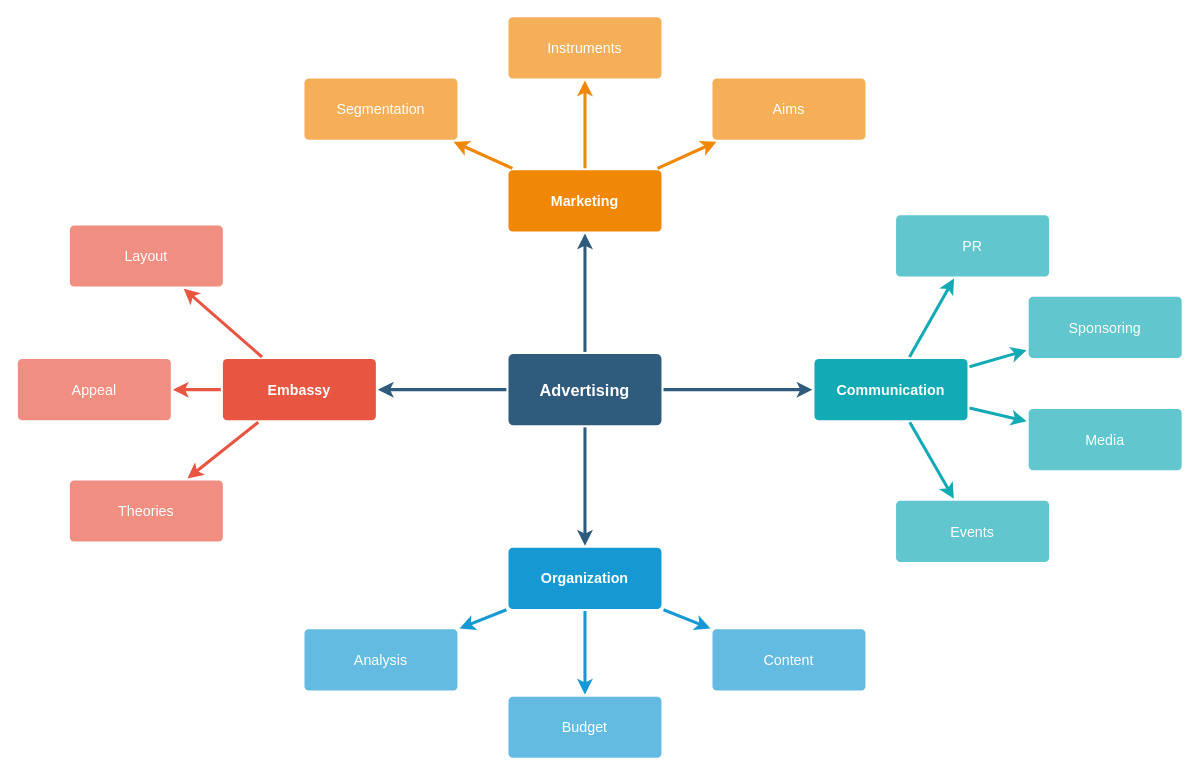
The draw.io diagram sse/技术中台现状.drawio in yimzncy/draw, before the edit. Source tidied: cells renumbered, new cells numbered last; positions are measured from the earlier drawing's top-left corner, leaving out a move shared by most shapes. Both pictures are drawn from the tidied source at 102%, with x=0, y=0 at pixel (17, 16).
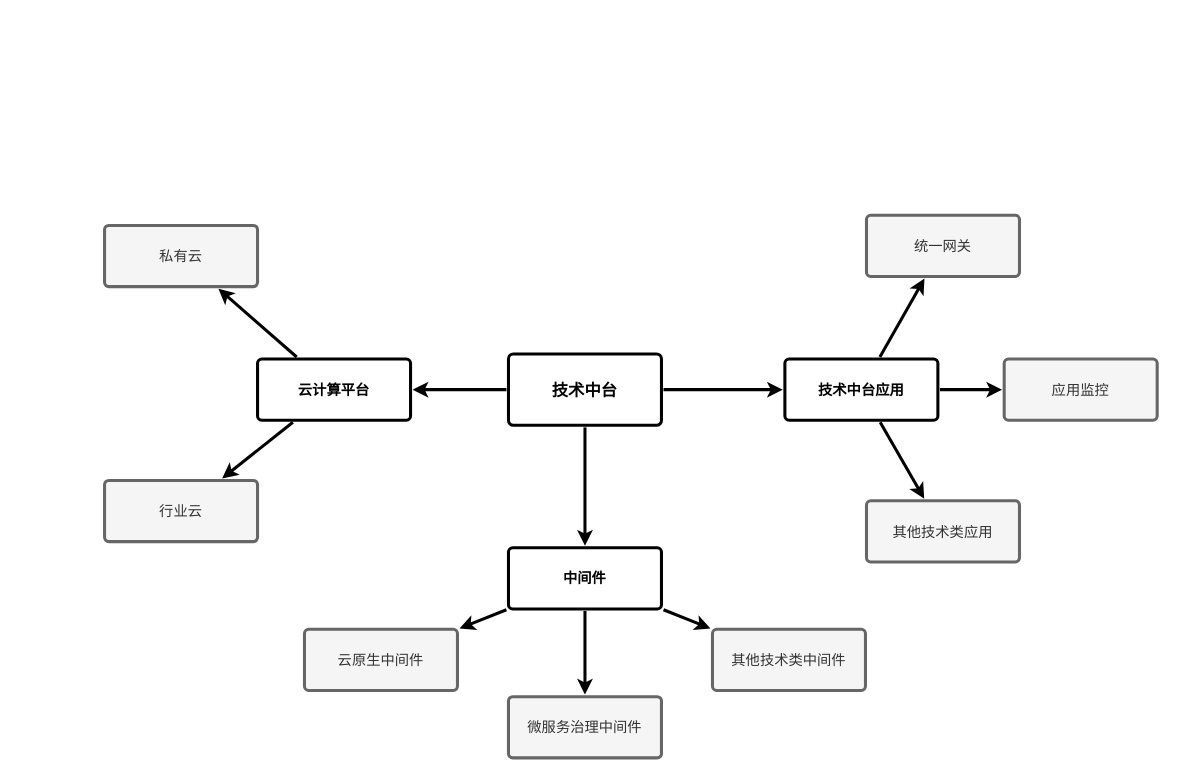
After the change.

Commit message:
Update 技术中台现状.drawio

What changed in the source:
```diff
@@
-    <mxCell id="2" style="edgeStyle=none;rounded=0;jumpStyle=none;html=1;shadow=0;labelBackgroundColor=none;startArrow=none;startFill=0;endArrow=classic;endFill=1;jettySize=auto;strokeColor=#2F5B7C;strokeWidth=3;fontFamily=Helvetica;fontSize=16;fontColor=#23445D;spacing=5;" parent="1" edge="1" source="6" target="21">
-      <mxGeometry relative="1" as="geometry" />
-    </mxCell>
-    <mxCell id="3" style="edgeStyle=none;rounded=0;jumpStyle=none;html=1;shadow=0;labelBackgroundColor=none;startArrow=none;startFill=0;endArrow=classic;endFill=1;jettySize=auto;strokeColor=#2F5B7C;strokeWidth=3;fontFamily=Helvetica;fontSize=16;fontColor=#23445D;spacing=5;" parent="1" edge="1" source="6" target="28">
+    <mxCell id="3" style="edgeStyle=none;rounded=0;jumpStyle=none;html=1;shadow=0;labelBackgroundColor=none;startArrow=none;startFill=0;endArrow=classic;endFill=1;jettySize=auto;strokeWidth=3;fontFamily=Helvetica;fontSize=16;fontColor=#23445D;spacing=5;" parent="1" edge="1" source="6" target="28">
       <mxGeometry relative="1" as="geometry" />
     </mxCell>
-    <mxCell id="4" style="edgeStyle=none;rounded=0;jumpStyle=none;html=1;shadow=0;labelBackgroundColor=none;startArrow=none;startFill=0;endArrow=classic;endFill=1;jettySize=auto;strokeColor=#2F5B7C;strokeWidth=3;fontFamily=Helvetica;fontSize=16;fontColor=#23445D;spacing=5;" parent="1" edge="1" source="6" target="17">
+    <mxCell id="4" style="edgeStyle=none;rounded=0;jumpStyle=none;html=1;shadow=0;labelBackgroundColor=none;startArrow=none;startFill=0;endArrow=classic;endFill=1;jettySize=auto;strokeWidth=3;fontFamily=Helvetica;fontSize=16;fontColor=#23445D;spacing=5;" parent="1" edge="1" source="6" target="17">
       <mxGeometry relative="1" as="geometry" />
     </mxCell>
-    <mxCell id="5" style="edgeStyle=none;rounded=0;jumpStyle=none;html=1;shadow=0;labelBackgroundColor=none;startArrow=none;startFill=0;endArrow=classic;endFill=1;jettySize=auto;strokeColor=#2F5B7C;strokeWidth=3;fontFamily=Helvetica;fontSize=16;fontColor=#23445D;spacing=5;" parent="1" edge="1" source="6" target="10">
+    <mxCell id="5" style="edgeStyle=none;rounded=0;jumpStyle=none;html=1;shadow=0;labelBackgroundColor=none;startArrow=none;startFill=0;endArrow=classic;endFill=1;jettySize=auto;strokeWidth=3;fontFamily=Helvetica;fontSize=16;fontColor=#23445D;spacing=5;" parent="1" edge="1" source="6" target="10">
       <mxGeometry relative="1" as="geometry" />
     </mxCell>
-    <mxCell id="6" value="Advertising" style="rounded=1;whiteSpace=wrap;html=1;shadow=0;labelBackgroundColor=none;strokeColor=none;strokeWidth=3;fillColor=#2F5B7C;fontFamily=Helvetica;fontSize=16;fontColor=#FFFFFF;align=center;fontStyle=1;spacing=5;arcSize=7;perimeterSpacing=2;" parent="1" vertex="1">
+    <mxCell id="6" value="技术中台" style="rounded=1;whiteSpace=wrap;html=1;shadow=0;labelBackgroundColor=none;strokeWidth=3;fontFamily=Helvetica;fontSize=16;align=center;fontStyle=1;spacing=5;arcSize=7;perimeterSpacing=2;" parent="1" vertex="1">
       <mxGeometry x="481" y="330.5" width="150" height="70" as="geometry" />
     </mxCell>
-    <mxCell id="7" style="edgeStyle=none;rounded=1;jumpStyle=none;html=1;shadow=0;labelBackgroundColor=none;startArrow=none;startFill=0;jettySize=auto;strokeColor=#E85642;strokeWidth=3;fontFamily=Helvetica;fontSize=14;fontColor=#FFFFFF;spacing=5;fontStyle=1;fillColor=#b0e3e6;" parent="1" edge="1" source="10" target="13">
+    <mxCell id="7" style="edgeStyle=none;rounded=1;jumpStyle=none;html=1;shadow=0;labelBackgroundColor=none;startArrow=none;startFill=0;jettySize=auto;strokeWidth=3;fontFamily=Helvetica;fontSize=14;fontColor=#FFFFFF;spacing=5;fontStyle=1;" parent="1" edge="1" source="10" target="13">
       <mxGeometry relative="1" as="geometry" />
     </mxCell>
-    <mxCell id="8" style="edgeStyle=none;rounded=1;jumpStyle=none;html=1;shadow=0;labelBackgroundColor=none;startArrow=none;startFill=0;jettySize=auto;strokeColor=#E85642;strokeWidth=3;fontFamily=Helvetica;fontSize=14;fontColor=#FFFFFF;spacing=5;fontStyle=1;fillColor=#b0e3e6;" parent="1" edge="1" source="10" target="12">
-      <mxGeometry relative="1" as="geometry" />
-    </mxCell>
-    <mxCell id="9" style="edgeStyle=none;rounded=1;jumpStyle=none;html=1;shadow=0;labelBackgroundColor=none;startArrow=none;startFill=0;jettySize=auto;strokeColor=#E85642;strokeWidth=3;fontFamily=Helvetica;fontSize=14;fontColor=#FFFFFF;spacing=5;fontStyle=1;fillColor=#b0e3e6;" parent="1" edge="1" source="10" target="11">
+    <mxCell id="9" style="edgeStyle=none;rounded=1;jumpStyle=none;html=1;shadow=0;labelBackgroundColor=none;startArrow=none;startFill=0;jettySize=auto;strokeWidth=3;fontFamily=Helvetica;fontSize=14;fontColor=#FFFFFF;spacing=5;fontStyle=1;" parent="1" edge="1" source="10" target="11">
       <mxGeometry relative="1" as="geometry" />
     </mxCell>
-    <mxCell id="10" value="Embassy" style="rounded=1;whiteSpace=wrap;html=1;shadow=0;labelBackgroundColor=none;strokeColor=none;strokeWidth=3;fillColor=#e85642;fontFamily=Helvetica;fontSize=14;fontColor=#FFFFFF;align=center;spacing=5;fontStyle=1;arcSize=7;perimeterSpacing=2;" parent="1" vertex="1">
-      <mxGeometry x="201" y="335.5" width="150" height="60" as="geometry" />
+    <mxCell id="10" value="云计算平台" style="rounded=1;whiteSpace=wrap;html=1;shadow=0;labelBackgroundColor=none;strokeWidth=3;fontFamily=Helvetica;fontSize=14;align=center;spacing=5;fontStyle=1;arcSize=7;perimeterSpacing=2;" parent="1" vertex="1">
+      <mxGeometry x="235" y="335.5" width="150" height="60" as="geometry" />
     </mxCell>
-    <mxCell id="11" value="Theories" style="rounded=1;whiteSpace=wrap;html=1;shadow=0;labelBackgroundColor=none;strokeColor=none;strokeWidth=3;fillColor=#f08e81;fontFamily=Helvetica;fontSize=14;fontColor=#FFFFFF;align=center;spacing=5;fontStyle=0;arcSize=7;perimeterSpacing=2;" parent="1" vertex="1">
-      <mxGeometry x="51" y="454.5" width="150" height="60" as="geometry" />
+    <mxCell id="11" value="行业云" style="rounded=1;whiteSpace=wrap;html=1;shadow=0;labelBackgroundColor=none;strokeWidth=3;fontFamily=Helvetica;fontSize=14;align=center;spacing=5;fontStyle=0;arcSize=7;perimeterSpacing=2;fillColor=#f5f5f5;strokeColor=#666666;fontColor=#333333;" parent="1" vertex="1">
+      <mxGeometry x="85" y="454.5" width="150" height="60" as="geometry" />
     </mxCell>
-    <mxCell id="12" value="Appeal" style="rounded=1;whiteSpace=wrap;html=1;shadow=0;labelBackgroundColor=none;strokeColor=none;strokeWidth=3;fillColor=#f08e81;fontFamily=Helvetica;fontSize=14;fontColor=#FFFFFF;align=center;spacing=5;fontStyle=0;arcSize=7;perimeterSpacing=2;" parent="1" vertex="1">
-      <mxGeometry y="335.5" width="150" height="60" as="geometry" />
-    </mxCell>
-    <mxCell id="13" value="Layout" style="rounded=1;whiteSpace=wrap;html=1;shadow=0;labelBackgroundColor=none;strokeColor=none;strokeWidth=3;fillColor=#f08e81;fontFamily=Helvetica;fontSize=14;fontColor=#FFFFFF;align=center;spacing=5;fontStyle=0;arcSize=7;perimeterSpacing=2;" parent="1" vertex="1">
-      <mxGeometry x="51" y="204.5" width="150" height="60" as="geometry" />
+    <mxCell id="13" value="私有云" style="rounded=1;whiteSpace=wrap;html=1;shadow=0;labelBackgroundColor=none;strokeWidth=3;fontFamily=Helvetica;fontSize=14;align=center;spacing=5;fontStyle=0;arcSize=7;perimeterSpacing=2;fillColor=#f5f5f5;strokeColor=#666666;fontColor=#333333;" parent="1" vertex="1">
+      <mxGeometry x="85" y="204.5" width="150" height="60" as="geometry" />
     </mxCell>
-    <mxCell id="14" style="edgeStyle=none;rounded=0;jumpStyle=none;html=1;shadow=0;labelBackgroundColor=none;startArrow=none;startFill=0;endArrow=classic;endFill=1;jettySize=auto;strokeColor=#1699D3;strokeWidth=3;fontFamily=Helvetica;fontSize=14;fontColor=#FFFFFF;spacing=5;" parent="1" edge="1" source="17" target="20">
+    <mxCell id="14" style="edgeStyle=none;rounded=0;jumpStyle=none;html=1;shadow=0;labelBackgroundColor=none;startArrow=none;startFill=0;endArrow=classic;endFill=1;jettySize=auto;strokeWidth=3;fontFamily=Helvetica;fontSize=14;fontColor=#FFFFFF;spacing=5;" parent="1" edge="1" source="17" target="20">
       <mxGeometry relative="1" as="geometry" />
     </mxCell>
-    <mxCell id="15" style="edgeStyle=none;rounded=0;jumpStyle=none;html=1;shadow=0;labelBackgroundColor=none;startArrow=none;startFill=0;endArrow=classic;endFill=1;jettySize=auto;strokeColor=#1699D3;strokeWidth=3;fontFamily=Helvetica;fontSize=14;fontColor=#FFFFFF;spacing=5;" parent="1" edge="1" source="17" target="19">
+    <mxCell id="15" style="edgeStyle=none;rounded=0;jumpStyle=none;html=1;shadow=0;labelBackgroundColor=none;startArrow=none;startFill=0;endArrow=classic;endFill=1;jettySize=auto;strokeWidth=3;fontFamily=Helvetica;fontSize=14;fontColor=#FFFFFF;spacing=5;" parent="1" edge="1" source="17" target="19">
       <mxGeometry relative="1" as="geometry" />
     </mxCell>
-    <mxCell id="16" style="edgeStyle=none;rounded=0;jumpStyle=none;html=1;shadow=0;labelBackgroundColor=none;startArrow=none;startFill=0;endArrow=classic;endFill=1;jettySize=auto;strokeColor=#1699D3;strokeWidth=3;fontFamily=Helvetica;fontSize=14;fontColor=#FFFFFF;spacing=5;" parent="1" edge="1" source="17" target="18">
+    <mxCell id="16" style="edgeStyle=none;rounded=0;jumpStyle=none;html=1;shadow=0;labelBackgroundColor=none;startArrow=none;startFill=0;endArrow=classic;endFill=1;jettySize=auto;strokeWidth=3;fontFamily=Helvetica;fontSize=14;fontColor=#FFFFFF;spacing=5;" parent="1" edge="1" source="17" target="18">
       <mxGeometry relative="1" as="geometry" />
     </mxCell>
-    <mxCell id="17" value="Organization" style="rounded=1;whiteSpace=wrap;html=1;shadow=0;labelBackgroundColor=none;strokeColor=none;strokeWidth=3;fillColor=#1699d3;fontFamily=Helvetica;fontSize=14;fontColor=#FFFFFF;align=center;spacing=5;fontStyle=1;arcSize=7;perimeterSpacing=2;" parent="1" vertex="1">
+    <mxCell id="17" value="中间件" style="rounded=1;whiteSpace=wrap;html=1;shadow=0;labelBackgroundColor=none;strokeWidth=3;fontFamily=Helvetica;fontSize=14;align=center;spacing=5;fontStyle=1;arcSize=7;perimeterSpacing=2;" parent="1" vertex="1">
       <mxGeometry x="481" y="520.5" width="150" height="60" as="geometry" />
     </mxCell>
-    <mxCell id="18" value="Content" style="rounded=1;whiteSpace=wrap;html=1;shadow=0;labelBackgroundColor=none;strokeColor=none;strokeWidth=3;fillColor=#64bbe2;fontFamily=Helvetica;fontSize=14;fontColor=#FFFFFF;align=center;spacing=5;arcSize=7;perimeterSpacing=2;" parent="1" vertex="1">
+    <mxCell id="18" value="其他技术类中间件" style="rounded=1;whiteSpace=wrap;html=1;shadow=0;labelBackgroundColor=none;strokeWidth=3;fontFamily=Helvetica;fontSize=14;align=center;spacing=5;arcSize=7;perimeterSpacing=2;fillColor=#f5f5f5;strokeColor=#666666;fontColor=#333333;" parent="1" vertex="1">
       <mxGeometry x="681" y="600.5" width="150" height="60" as="geometry" />
     </mxCell>
-    <mxCell id="19" value="Budget" style="rounded=1;whiteSpace=wrap;html=1;shadow=0;labelBackgroundColor=none;strokeColor=none;strokeWidth=3;fillColor=#64bbe2;fontFamily=Helvetica;fontSize=14;fontColor=#FFFFFF;align=center;spacing=5;arcSize=7;perimeterSpacing=2;" parent="1" vertex="1">
+    <mxCell id="19" value="微服务治理中间件" style="rounded=1;whiteSpace=wrap;html=1;shadow=0;labelBackgroundColor=none;strokeWidth=3;fontFamily=Helvetica;fontSize=14;align=center;spacing=5;arcSize=7;perimeterSpacing=2;fillColor=#f5f5f5;strokeColor=#666666;fontColor=#333333;" parent="1" vertex="1">
       <mxGeometry x="481" y="666.5" width="150" height="60" as="geometry" />
     </mxCell>
-    <mxCell id="20" value="Analysis" style="rounded=1;whiteSpace=wrap;html=1;shadow=0;labelBackgroundColor=none;strokeColor=none;strokeWidth=3;fillColor=#64bbe2;fontFamily=Helvetica;fontSize=14;fontColor=#FFFFFF;align=center;spacing=5;arcSize=7;perimeterSpacing=2;" parent="1" vertex="1">
+    <mxCell id="20" value="云原生中间件" style="rounded=1;whiteSpace=wrap;html=1;shadow=0;labelBackgroundColor=none;strokeWidth=3;fontFamily=Helvetica;fontSize=14;align=center;spacing=5;arcSize=7;perimeterSpacing=2;fillColor=#f5f5f5;strokeColor=#666666;fontColor=#333333;" parent="1" vertex="1">
       <mxGeometry x="281" y="600.5" width="150" height="60" as="geometry" />
     </mxCell>
-    <mxCell id="21" value="Marketing" style="rounded=1;whiteSpace=wrap;html=1;shadow=0;labelBackgroundColor=none;strokeColor=none;strokeWidth=3;fillColor=#F08705;fontFamily=Helvetica;fontSize=14;fontColor=#FFFFFF;align=center;spacing=5;fontStyle=1;arcSize=7;perimeterSpacing=2;" parent="1" vertex="1">
-      <mxGeometry x="481" y="150.5" width="150" height="60" as="geometry" />
-    </mxCell>
-    <mxCell id="22" value="Aims&lt;br&gt;" style="rounded=1;whiteSpace=wrap;html=1;shadow=0;labelBackgroundColor=none;strokeColor=none;strokeWidth=3;fillColor=#f5af58;fontFamily=Helvetica;fontSize=14;fontColor=#FFFFFF;align=center;spacing=5;arcSize=7;perimeterSpacing=2;" parent="1" vertex="1">
-      <mxGeometry x="681" y="60.5" width="150" height="60" as="geometry" />
-    </mxCell>
-    <mxCell id="23" style="edgeStyle=none;rounded=0;jumpStyle=none;html=1;shadow=0;labelBackgroundColor=none;startArrow=none;startFill=0;endArrow=classic;endFill=1;jettySize=auto;strokeColor=#F08705;strokeWidth=3;fontFamily=Helvetica;fontSize=14;fontColor=#FFFFFF;spacing=5;" parent="1" edge="1" source="21" target="22">
-      <mxGeometry relative="1" as="geometry" />
-    </mxCell>
-    <mxCell id="24" value="Instruments" style="rounded=1;whiteSpace=wrap;html=1;shadow=0;labelBackgroundColor=none;strokeColor=none;strokeWidth=3;fillColor=#f5af58;fontFamily=Helvetica;fontSize=14;fontColor=#FFFFFF;align=center;spacing=5;arcSize=7;perimeterSpacing=2;" parent="1" vertex="1">
-      <mxGeometry x="481" y="0.5" width="150" height="60" as="geometry" />
-    </mxCell>
-    <mxCell id="25" style="edgeStyle=none;rounded=0;jumpStyle=none;html=1;shadow=0;labelBackgroundColor=none;startArrow=none;startFill=0;endArrow=classic;endFill=1;jettySize=auto;strokeColor=#F08705;strokeWidth=3;fontFamily=Helvetica;fontSize=14;fontColor=#FFFFFF;spacing=5;" parent="1" edge="1" source="21" target="24">
-      <mxGeometry relative="1" as="geometry" />
-    </mxCell>
-    <mxCell id="26" value="Segmentation" style="rounded=1;whiteSpace=wrap;html=1;shadow=0;labelBackgroundColor=none;strokeColor=none;strokeWidth=3;fillColor=#f5af58;fontFamily=Helvetica;fontSize=14;fontColor=#FFFFFF;align=center;spacing=5;arcSize=7;perimeterSpacing=2;" parent="1" vertex="1">
-      <mxGeometry x="281" y="60.5" width="150" height="60" as="geometry" />
-    </mxCell>
-    <mxCell id="27" style="edgeStyle=none;rounded=0;jumpStyle=none;html=1;shadow=0;labelBackgroundColor=none;startArrow=none;startFill=0;endArrow=classic;endFill=1;jettySize=auto;strokeColor=#F08705;strokeWidth=3;fontFamily=Helvetica;fontSize=14;fontColor=#FFFFFF;spacing=5;" parent="1" edge="1" source="21" target="26">
-      <mxGeometry relative="1" as="geometry" />
-    </mxCell>
-    <mxCell id="28" value="Communication" style="rounded=1;whiteSpace=wrap;html=1;shadow=0;labelBackgroundColor=none;strokeColor=none;strokeWidth=3;fillColor=#12aab5;fontFamily=Helvetica;fontSize=14;fontColor=#FFFFFF;align=center;spacing=5;fontStyle=1;arcSize=7;perimeterSpacing=2;" parent="1" vertex="1">
-      <mxGeometry x="781" y="335.5" width="150" height="60" as="geometry" />
+    <mxCell id="28" value="技术中台应用" style="rounded=1;whiteSpace=wrap;html=1;shadow=0;labelBackgroundColor=none;strokeWidth=3;fontFamily=Helvetica;fontSize=14;align=center;spacing=5;fontStyle=1;arcSize=7;perimeterSpacing=2;" parent="1" vertex="1">
+      <mxGeometry x="752" y="335.5" width="150" height="60" as="geometry" />
     </mxCell>
-    <mxCell id="29" value="Events" style="rounded=1;whiteSpace=wrap;html=1;shadow=0;labelBackgroundColor=none;strokeColor=none;strokeWidth=3;fillColor=#61c6ce;fontFamily=Helvetica;fontSize=14;fontColor=#FFFFFF;align=center;spacing=5;fontStyle=0;arcSize=7;perimeterSpacing=2;" parent="1" vertex="1">
-      <mxGeometry x="861" y="474.5" width="150" height="60" as="geometry" />
+    <mxCell id="29" value="其他技术类应用" style="rounded=1;whiteSpace=wrap;html=1;shadow=0;labelBackgroundColor=none;strokeWidth=3;fontFamily=Helvetica;fontSize=14;align=center;spacing=5;fontStyle=0;arcSize=7;perimeterSpacing=2;fillColor=#f5f5f5;strokeColor=#666666;fontColor=#333333;" parent="1" vertex="1">
+      <mxGeometry x="832" y="474.5" width="150" height="60" as="geometry" />
     </mxCell>
-    <mxCell id="30" style="edgeStyle=none;rounded=1;jumpStyle=none;html=1;shadow=0;labelBackgroundColor=none;startArrow=none;startFill=0;jettySize=auto;strokeColor=#12AAB5;strokeWidth=3;fontFamily=Helvetica;fontSize=14;fontColor=#FFFFFF;spacing=5;fontStyle=1;fillColor=#b0e3e6;" parent="1" edge="1" source="28" target="29">
+    <mxCell id="30" style="edgeStyle=none;rounded=1;jumpStyle=none;html=1;shadow=0;labelBackgroundColor=none;startArrow=none;startFill=0;jettySize=auto;strokeWidth=3;fontFamily=Helvetica;fontSize=14;fontColor=#FFFFFF;spacing=5;fontStyle=1;" parent="1" edge="1" source="28" target="29">
       <mxGeometry relative="1" as="geometry" />
     </mxCell>
-    <mxCell id="31" value="Media" style="rounded=1;whiteSpace=wrap;html=1;shadow=0;labelBackgroundColor=none;strokeColor=none;strokeWidth=3;fillColor=#61c6ce;fontFamily=Helvetica;fontSize=14;fontColor=#FFFFFF;align=center;spacing=5;fontStyle=0;arcSize=7;perimeterSpacing=2;" parent="1" vertex="1">
-      <mxGeometry x="991" y="384.5" width="150" height="60" as="geometry" />
-    </mxCell>
-    <mxCell id="32" style="edgeStyle=none;rounded=1;jumpStyle=none;html=1;shadow=0;labelBackgroundColor=none;startArrow=none;startFill=0;jettySize=auto;strokeColor=#12AAB5;strokeWidth=3;fontFamily=Helvetica;fontSize=14;fontColor=#FFFFFF;spacing=5;fontStyle=1;fillColor=#b0e3e6;" parent="1" edge="1" source="28" target="31">
-      <mxGeometry relative="1" as="geometry" />
-    </mxCell>
-    <mxCell id="33" value="Sponsoring" style="rounded=1;whiteSpace=wrap;html=1;shadow=0;labelBackgroundColor=none;strokeColor=none;strokeWidth=3;fillColor=#61c6ce;fontFamily=Helvetica;fontSize=14;fontColor=#FFFFFF;align=center;spacing=5;fontStyle=0;arcSize=7;perimeterSpacing=2;" parent="1" vertex="1">
-      <mxGeometry x="991" y="274.5" width="150" height="60" as="geometry" />
+    <mxCell id="33" value="应用监控" style="rounded=1;whiteSpace=wrap;html=1;shadow=0;labelBackgroundColor=none;strokeWidth=3;fontFamily=Helvetica;fontSize=14;align=center;spacing=5;fontStyle=0;arcSize=7;perimeterSpacing=2;fillColor=#f5f5f5;strokeColor=#666666;fontColor=#333333;" parent="1" vertex="1">
+      <mxGeometry x="967" y="335.5" width="150" height="60" as="geometry" />
     </mxCell>
-    <mxCell id="34" style="edgeStyle=none;rounded=1;jumpStyle=none;html=1;shadow=0;labelBackgroundColor=none;startArrow=none;startFill=0;jettySize=auto;strokeColor=#12AAB5;strokeWidth=3;fontFamily=Helvetica;fontSize=14;fontColor=#FFFFFF;spacing=5;fontStyle=1;fillColor=#b0e3e6;" parent="1" edge="1" source="28" target="33">
+    <mxCell id="34" style="edgeStyle=none;rounded=1;jumpStyle=none;html=1;shadow=0;labelBackgroundColor=none;startArrow=none;startFill=0;jettySize=auto;strokeWidth=3;fontFamily=Helvetica;fontSize=14;fontColor=#FFFFFF;spacing=5;fontStyle=1;exitX=1;exitY=0.5;exitDx=0;exitDy=0;entryX=0;entryY=0.5;entryDx=0;entryDy=0;" parent="1" edge="1" source="28" target="33">
       <mxGeometry relative="1" as="geometry" />
     </mxCell>
-    <mxCell id="35" value="PR" style="rounded=1;whiteSpace=wrap;html=1;shadow=0;labelBackgroundColor=none;strokeColor=none;strokeWidth=3;fillColor=#61c6ce;fontFamily=Helvetica;fontSize=14;fontColor=#FFFFFF;align=center;spacing=5;fontStyle=0;arcSize=7;perimeterSpacing=2;" parent="1" vertex="1">
-      <mxGeometry x="861" y="194.5" width="150" height="60" as="geometry" />
+    <mxCell id="35" value="统一网关" style="rounded=1;whiteSpace=wrap;html=1;shadow=0;labelBackgroundColor=none;strokeWidth=3;fontFamily=Helvetica;fontSize=14;align=center;spacing=5;fontStyle=0;arcSize=7;perimeterSpacing=2;fillColor=#f5f5f5;strokeColor=#666666;fontColor=#333333;" parent="1" vertex="1">
+      <mxGeometry x="832" y="194.5" width="150" height="60" as="geometry" />
     </mxCell>
-    <mxCell id="36" style="edgeStyle=none;rounded=1;jumpStyle=none;html=1;shadow=0;labelBackgroundColor=none;startArrow=none;startFill=0;jettySize=auto;strokeColor=#12AAB5;strokeWidth=3;fontFamily=Helvetica;fontSize=14;fontColor=#FFFFFF;spacing=5;fontStyle=1;fillColor=#b0e3e6;" parent="1" edge="1" source="28" target="35">
+    <mxCell id="36" style="edgeStyle=none;rounded=1;jumpStyle=none;html=1;shadow=0;labelBackgroundColor=none;startArrow=none;startFill=0;jettySize=auto;strokeWidth=3;fontFamily=Helvetica;fontSize=14;fontColor=#FFFFFF;spacing=5;fontStyle=1;" parent="1" edge="1" source="28" target="35">
       <mxGeometry relative="1" as="geometry" />
     </mxCell>
```
